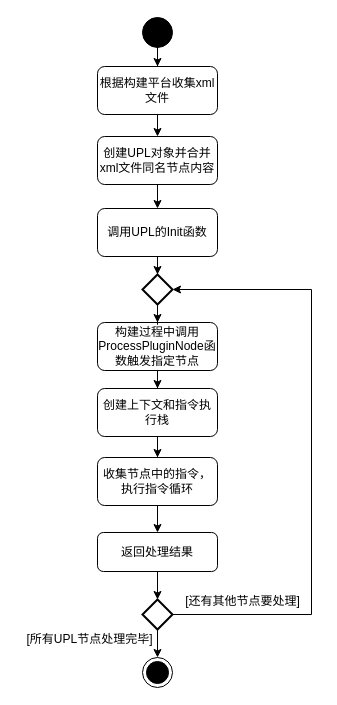
The draw.io diagram UPL活动图.drawio in xiqiniu/xiqiniu.github.io, before the edit. Source tidied: cells renumbered, new cells numbered last; positions are measured from the earlier drawing's top-left corner, leaving out a move shared by most shapes. Both pictures are drawn from the tidied source at 100%, with x=0, y=0 at pixel (17, 17).
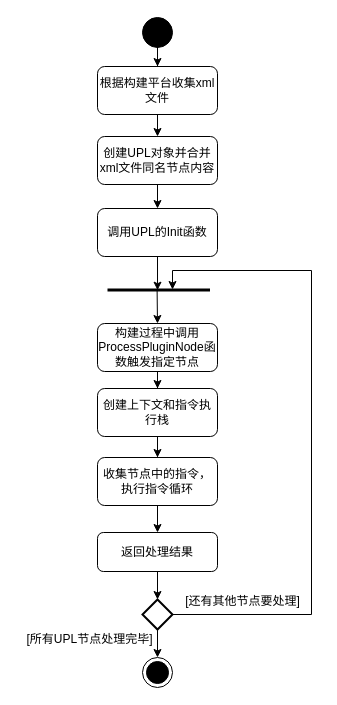
Above is the later version.

Commit message:
更新UPL活动图.drawio

Unchanged cells that the change refers to:
```xml
<mxCell id="10" value="调用UPL的Init函数" style="whiteSpace=wrap;html=1;rounded=1;" parent="1" vertex="1">
  <mxGeometry x="80" y="191" width="120" height="48" as="geometry" />
</mxCell>
<mxCell id="22" style="strokeWidth=2;html=1;shape=mxgraph.flowchart.decision;whiteSpace=wrap;" parent="1" vertex="1">
  <mxGeometry x="125" y="582" width="30" height="30" as="geometry" />
</mxCell>
```

What changed in the source:
```diff
@@
-    <mxCell id="9" style="edgeStyle=orthogonalEdgeStyle;rounded=0;jettySize=auto;html=1;" parent="1" edge="1" source="10" target="20">
-      <mxGeometry relative="1" as="geometry" />
-    </mxCell>
@@
     <mxCell id="12" value="构建过程中调用ProcessPluginNode函数触发指定节点" style="whiteSpace=wrap;html=1;rounded=1;" parent="1" vertex="1">
-      <mxGeometry x="80" y="305" width="120" height="48" as="geometry" />
+      <mxGeometry x="80" y="306" width="120" height="48" as="geometry" />
     </mxCell>
@@
-    <mxCell id="19" style="edgeStyle=orthogonalEdgeStyle;rounded=0;jettySize=auto;html=1;" parent="1" edge="1" source="20" target="12">
-      <mxGeometry relative="1" as="geometry" />
-    </mxCell>
-    <mxCell id="20" style="strokeWidth=2;html=1;shape=mxgraph.flowchart.decision;whiteSpace=wrap;" parent="1" vertex="1">
-      <mxGeometry x="125" y="257" width="30" height="30" as="geometry" />
-    </mxCell>
@@
-    <mxCell id="23" style="edgeStyle=orthogonalEdgeStyle;rounded=0;jettySize=auto;html=1;exitX=1;exitY=0.5;exitDx=0;exitDy=0;exitPerimeter=0;entryX=1;entryY=0.5;entryDx=0;entryDy=0;entryPerimeter=0;" parent="1" edge="1" source="22" target="20">
+    <mxCell id="23" style="edgeStyle=orthogonalEdgeStyle;rounded=0;jettySize=auto;html=1;exitX=1;exitY=0.5;exitDx=0;exitDy=0;exitPerimeter=0;entryX=1;entryY=0.5;entryDx=0;entryDy=0;entryPerimeter=0;" parent="1" edge="1" source="22">
       <mxGeometry relative="1" as="geometry">
+        <mxPoint x="155" y="272" as="targetPoint" />
         <Array as="points">
           <mxPoint x="294" y="597" />
-          <mxPoint x="294" y="272" />
+          <mxPoint x="294" y="253" />
+          <mxPoint x="155" y="253" />
         </Array>
       </mxGeometry>
     </mxCell>
@@
+    <mxCell id="26" style="line;strokeWidth=3;fillColor=none;align=left;verticalAlign=middle;spacingTop=-1;spacingLeft=3;spacingRight=3;labelPosition=right;points=[];portConstraint=eastwest;strokeColor=inherit;" parent="1" vertex="1">
+      <mxGeometry x="90" y="251" width="102.5" height="43" as="geometry" />
+    </mxCell>
+    <mxCell id="27" style="edgeStyle=orthogonalEdgeStyle;rounded=0;jettySize=auto;html=1;exitX=0.5;exitY=1;exitDx=0;exitDy=0;entryX=0.488;entryY=0.504;entryDx=0;entryDy=0;entryPerimeter=0;" parent="1" edge="1" source="10" target="26">
+      <mxGeometry relative="1" as="geometry" />
+    </mxCell>
+    <mxCell id="28" style="edgeStyle=orthogonalEdgeStyle;rounded=0;jettySize=auto;html=1;exitX=0.484;exitY=0.518;exitDx=0;exitDy=0;entryX=0.5;entryY=0;entryDx=0;entryDy=0;exitPerimeter=0;" parent="1" edge="1" source="26" target="12">
+      <mxGeometry relative="1" as="geometry" />
+    </mxCell>
```
